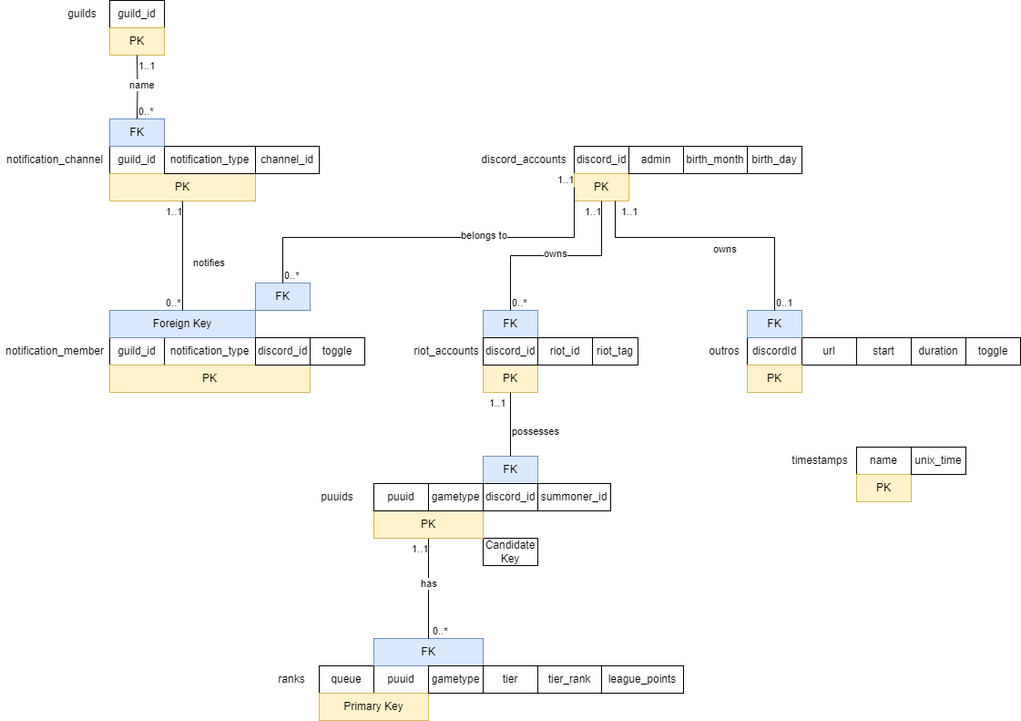
Earlier version of the draw.io export documentation/Relational Database Structure.drawio.png (nathan-lai-engineering/discord-bot). Source tidied: cells renumbered, new cells last; positions are measured from the earlier drawing's top-left corner, leaving out a move shared by most shapes.
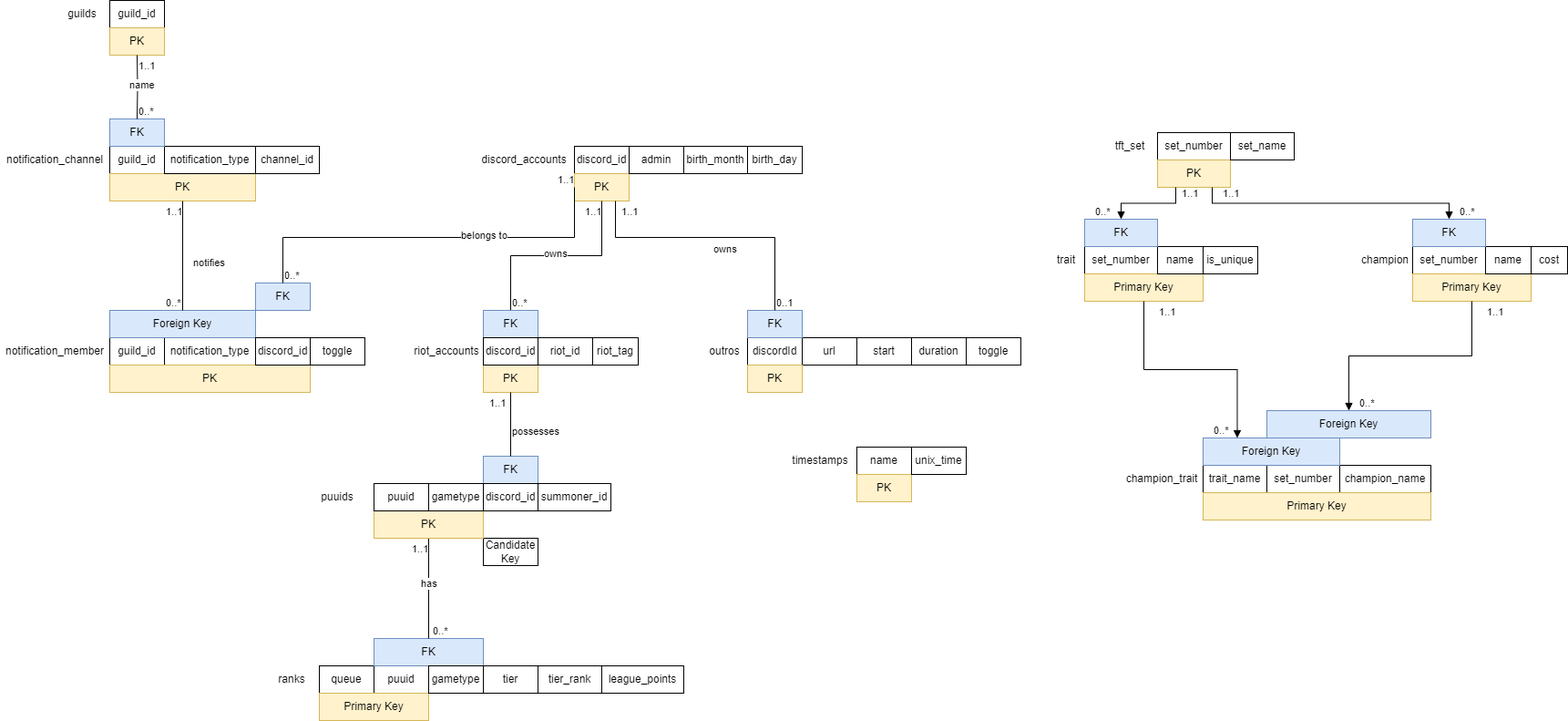
After the commit.

Commit message:
adding the tft stuff to the database

Diff of the diagram source:
```diff
@@ -262,5 +262,120 @@
     <mxCell id="79" value="summoner_id" style="text;html=1;strokeColor=default;fillColor=none;align=center;verticalAlign=middle;whiteSpace=wrap;rounded=0;" parent="1" vertex="1">
       <mxGeometry x="590" y="530" width="80" height="30" as="geometry" />
     </mxCell>
+    <mxCell id="80" value="tft_set" style="text;html=1;strokeColor=none;fillColor=none;align=center;verticalAlign=middle;whiteSpace=wrap;rounded=0;" parent="1" vertex="1">
+      <mxGeometry x="1210" y="145" width="60" height="30" as="geometry" />
+    </mxCell>
+    <mxCell id="81" value="set_number" style="text;html=1;strokeColor=default;fillColor=none;align=center;verticalAlign=middle;whiteSpace=wrap;rounded=0;" parent="1" vertex="1">
+      <mxGeometry x="1270" y="145" width="80" height="30" as="geometry" />
+    </mxCell>
+    <mxCell id="82" value="PK" style="text;html=1;strokeColor=#d6b656;fillColor=#fff2cc;align=center;verticalAlign=middle;whiteSpace=wrap;rounded=0;" parent="1" vertex="1">
+      <mxGeometry x="1270" y="175" width="80" height="30" as="geometry" />
+    </mxCell>
+    <mxCell id="83" value="set_number" style="text;html=1;strokeColor=default;fillColor=none;align=center;verticalAlign=middle;whiteSpace=wrap;rounded=0;" parent="1" vertex="1">
+      <mxGeometry x="1190" y="270" width="80" height="30" as="geometry" />
+    </mxCell>
+    <mxCell id="84" value="Primary Key" style="text;html=1;strokeColor=#d6b656;fillColor=#fff2cc;align=center;verticalAlign=middle;whiteSpace=wrap;rounded=0;" parent="1" vertex="1">
+      <mxGeometry x="1190" y="300" width="130" height="30" as="geometry" />
+    </mxCell>
+    <mxCell id="85" value="trait" style="text;html=1;strokeColor=none;fillColor=none;align=center;verticalAlign=middle;whiteSpace=wrap;rounded=0;" parent="1" vertex="1">
+      <mxGeometry x="1150" y="270" width="40" height="30" as="geometry" />
+    </mxCell>
+    <mxCell id="86" value="set_name" style="text;html=1;strokeColor=default;fillColor=none;align=center;verticalAlign=middle;whiteSpace=wrap;rounded=0;" parent="1" vertex="1">
+      <mxGeometry x="1350" y="145" width="70" height="30" as="geometry" />
+    </mxCell>
+    <mxCell id="87" value="name" style="text;html=1;strokeColor=default;fillColor=none;align=center;verticalAlign=middle;whiteSpace=wrap;rounded=0;" parent="1" vertex="1">
+      <mxGeometry x="1270" y="270" width="50" height="30" as="geometry" />
+    </mxCell>
+    <mxCell id="88" value="is_unique" style="text;html=1;strokeColor=default;fillColor=none;align=center;verticalAlign=middle;whiteSpace=wrap;rounded=0;" parent="1" vertex="1">
+      <mxGeometry x="1320" y="270" width="60" height="30" as="geometry" />
+    </mxCell>
+    <mxCell id="89" value="set_number" style="text;html=1;strokeColor=default;fillColor=none;align=center;verticalAlign=middle;whiteSpace=wrap;rounded=0;" parent="1" vertex="1">
+      <mxGeometry x="1550" y="270" width="80" height="30" as="geometry" />
+    </mxCell>
+    <mxCell id="90" value="Primary Key" style="text;html=1;strokeColor=#d6b656;fillColor=#fff2cc;align=center;verticalAlign=middle;whiteSpace=wrap;rounded=0;" parent="1" vertex="1">
+      <mxGeometry x="1550" y="300" width="130" height="30" as="geometry" />
+    </mxCell>
+    <mxCell id="91" value="champion" style="text;html=1;strokeColor=none;fillColor=none;align=center;verticalAlign=middle;whiteSpace=wrap;rounded=0;" parent="1" vertex="1">
+      <mxGeometry x="1490" y="270" width="60" height="30" as="geometry" />
+    </mxCell>
+    <mxCell id="92" value="name" style="text;html=1;strokeColor=default;fillColor=none;align=center;verticalAlign=middle;whiteSpace=wrap;rounded=0;" parent="1" vertex="1">
+      <mxGeometry x="1630" y="270" width="50" height="30" as="geometry" />
+    </mxCell>
+    <mxCell id="93" value="cost" style="text;html=1;strokeColor=default;fillColor=none;align=center;verticalAlign=middle;whiteSpace=wrap;rounded=0;" parent="1" vertex="1">
+      <mxGeometry x="1680" y="270" width="40" height="30" as="geometry" />
+    </mxCell>
+    <mxCell id="94" style="endArrow=block;endFill=1;html=1;edgeStyle=orthogonalEdgeStyle;align=left;verticalAlign=top;rounded=0;exitX=0.25;exitY=1;exitDx=0;exitDy=0;entryX=0.5;entryY=0;entryDx=0;entryDy=0;" parent="1" edge="1" source="82" target="96">
+      <mxGeometry x="-0.63" y="49" relative="1" as="geometry">
+        <mxPoint x="-9" y="28" as="offset" />
+      </mxGeometry>
+    </mxCell>
+    <mxCell id="95" value="1..1" style="edgeLabel;html=1;align=left;verticalAlign=bottom;" parent="94" vertex="1">
+      <mxGeometry x="-1" relative="1" as="geometry">
+        <mxPoint x="5" y="15" as="offset" />
+      </mxGeometry>
+    </mxCell>
+    <mxCell id="96" value="FK" style="text;html=1;strokeColor=#6c8ebf;fillColor=#dae8fc;align=center;verticalAlign=middle;whiteSpace=wrap;rounded=0;" parent="1" vertex="1">
+      <mxGeometry x="1190" y="240" width="80" height="30" as="geometry" />
+    </mxCell>
+    <mxCell id="97" style="endArrow=block;endFill=1;html=1;edgeStyle=orthogonalEdgeStyle;align=left;verticalAlign=top;rounded=0;exitX=0.75;exitY=1;exitDx=0;exitDy=0;entryX=0.5;entryY=0;entryDx=0;entryDy=0;" parent="1" edge="1" source="82" target="99">
+      <mxGeometry x="-1" relative="1" as="geometry" />
+    </mxCell>
+    <mxCell id="98" value="1..1" style="edgeLabel;html=1;align=left;verticalAlign=bottom;" parent="97" vertex="1">
+      <mxGeometry x="-1" relative="1" as="geometry">
+        <mxPoint x="10" y="15" as="offset" />
+      </mxGeometry>
+    </mxCell>
+    <mxCell id="99" value="FK" style="text;html=1;strokeColor=#6c8ebf;fillColor=#dae8fc;align=center;verticalAlign=middle;whiteSpace=wrap;rounded=0;" parent="1" vertex="1">
+      <mxGeometry x="1550" y="240" width="80" height="30" as="geometry" />
+    </mxCell>
+    <mxCell id="100" value="champion_trait" style="text;html=1;strokeColor=none;fillColor=none;align=center;verticalAlign=middle;whiteSpace=wrap;rounded=0;" parent="1" vertex="1">
+      <mxGeometry x="1230" y="510" width="90" height="30" as="geometry" />
+    </mxCell>
+    <mxCell id="101" value="set_number" style="text;html=1;strokeColor=default;fillColor=none;align=center;verticalAlign=middle;whiteSpace=wrap;rounded=0;" parent="1" vertex="1">
+      <mxGeometry x="1390" y="510" width="80" height="30" as="geometry" />
+    </mxCell>
+    <mxCell id="102" value="trait_name" style="text;html=1;strokeColor=default;fillColor=none;align=center;verticalAlign=middle;whiteSpace=wrap;rounded=0;" parent="1" vertex="1">
+      <mxGeometry x="1320" y="510" width="70" height="30" as="geometry" />
+    </mxCell>
+    <mxCell id="103" value="champion_name" style="text;html=1;strokeColor=default;fillColor=none;align=center;verticalAlign=middle;whiteSpace=wrap;rounded=0;" parent="1" vertex="1">
+      <mxGeometry x="1470" y="510" width="100" height="30" as="geometry" />
+    </mxCell>
+    <mxCell id="104" value="Primary Key" style="text;html=1;strokeColor=#d6b656;fillColor=#fff2cc;align=center;verticalAlign=middle;whiteSpace=wrap;rounded=0;" parent="1" vertex="1">
+      <mxGeometry x="1320" y="540" width="250" height="30" as="geometry" />
+    </mxCell>
+    <mxCell id="105" value="Foreign Key" style="text;html=1;strokeColor=#6c8ebf;fillColor=#dae8fc;align=center;verticalAlign=middle;whiteSpace=wrap;rounded=0;" parent="1" vertex="1">
+      <mxGeometry x="1320" y="480" width="150" height="30" as="geometry" />
+    </mxCell>
+    <mxCell id="106" value="Foreign Key" style="text;html=1;strokeColor=#6c8ebf;fillColor=#dae8fc;align=center;verticalAlign=middle;whiteSpace=wrap;rounded=0;" parent="1" vertex="1">
+      <mxGeometry x="1390" y="450" width="180" height="30" as="geometry" />
+    </mxCell>
+    <mxCell id="107" style="endArrow=block;endFill=1;html=1;edgeStyle=orthogonalEdgeStyle;align=left;verticalAlign=top;rounded=0;exitX=0.5;exitY=1;exitDx=0;exitDy=0;entryX=0.25;entryY=0;entryDx=0;entryDy=0;" parent="1" edge="1" source="84" target="105">
+      <mxGeometry x="-1" relative="1" as="geometry" />
+    </mxCell>
+    <mxCell id="108" value="1..1" style="edgeLabel;html=1;align=left;verticalAlign=bottom;" parent="107" vertex="1">
+      <mxGeometry x="-1" relative="1" as="geometry">
+        <mxPoint x="15" y="20" as="offset" />
+      </mxGeometry>
+    </mxCell>
+    <mxCell id="109" style="endArrow=block;endFill=1;html=1;edgeStyle=orthogonalEdgeStyle;align=left;verticalAlign=top;rounded=0;exitX=0.5;exitY=1;exitDx=0;exitDy=0;entryX=0.5;entryY=0;entryDx=0;entryDy=0;" parent="1" edge="1" source="90" target="106">
+      <mxGeometry x="-1" relative="1" as="geometry" />
+    </mxCell>
+    <mxCell id="110" value="1..1" style="edgeLabel;html=1;align=left;verticalAlign=bottom;" parent="109" vertex="1">
+      <mxGeometry x="-1" relative="1" as="geometry">
+        <mxPoint x="15" y="20" as="offset" />
+      </mxGeometry>
+    </mxCell>
+    <mxCell id="111" value="0..*" style="edgeLabel;html=1;align=left;verticalAlign=bottom;" parent="1" vertex="1">
+      <mxGeometry x="1200" y="240" as="geometry" />
+    </mxCell>
+    <mxCell id="112" value="0..*" style="edgeLabel;html=1;align=left;verticalAlign=bottom;" parent="1" vertex="1">
+      <mxGeometry x="1600" y="240" as="geometry" />
+    </mxCell>
+    <mxCell id="113" value="0..*" style="edgeLabel;html=1;align=left;verticalAlign=bottom;" parent="1" vertex="1">
+      <mxGeometry x="1330" y="480" as="geometry" />
+    </mxCell>
+    <mxCell id="114" value="0..*" style="edgeLabel;html=1;align=left;verticalAlign=bottom;" parent="1" vertex="1">
+      <mxGeometry x="1490" y="450" as="geometry" />
+    </mxCell>
   </root>
 </mxGraphModel>
```
